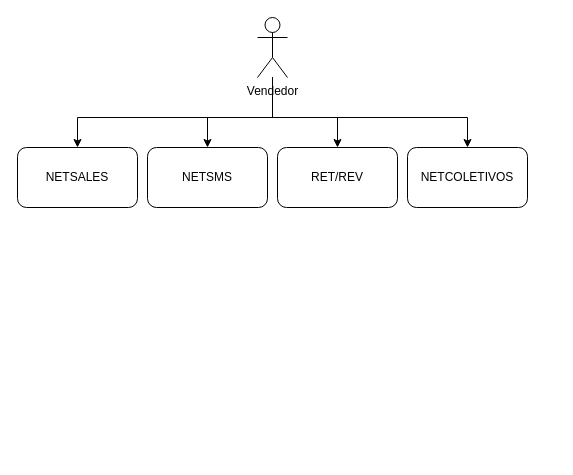
samirali/ClaroBrasil keeps this draw.io diagram as 120276 /123559 - RGC765 (Atendimento) - Geração de Protocolo em Canais de Vendas.drawio. Above is the earlier version. Source tidied: cells renumbered, new cells numbered last; positions are measured from the earlier drawing's top-left corner, leaving out a move shared by most shapes. Both pictures are drawn from the tidied source at 100%, with x=0, y=0 at pixel (17, 17).
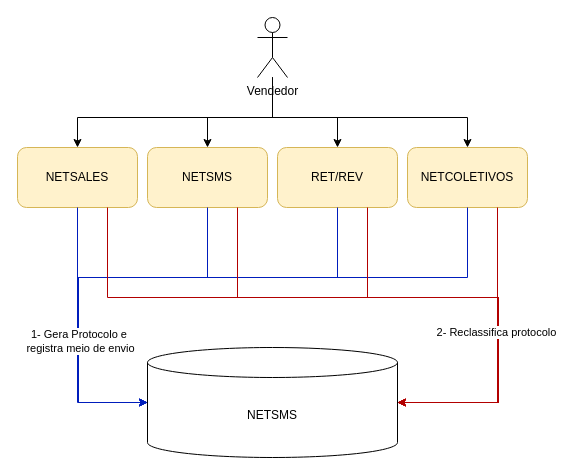
Above is the later version.

What changed in the source:
```diff
@@
-    <mxCell id="2" value="NETSALES" style="rounded=1;whiteSpace=wrap;html=1;" parent="1" vertex="1">
+    <mxCell id="2" value="NETSALES" style="rounded=1;whiteSpace=wrap;html=1;fillColor=#fff2cc;strokeColor=#d6b656;" parent="1" vertex="1">
       <mxGeometry y="130" width="120" height="60" as="geometry" />
     </mxCell>
-    <mxCell id="3" value="NETSMS" style="rounded=1;whiteSpace=wrap;html=1;" parent="1" vertex="1">
+    <mxCell id="3" value="NETSMS" style="rounded=1;whiteSpace=wrap;html=1;fillColor=#fff2cc;strokeColor=#d6b656;" parent="1" vertex="1">
       <mxGeometry x="130" y="130" width="120" height="60" as="geometry" />
     </mxCell>
-    <mxCell id="4" value="RET/REV" style="rounded=1;whiteSpace=wrap;html=1;" parent="1" vertex="1">
+    <mxCell id="4" value="RET/REV" style="rounded=1;whiteSpace=wrap;html=1;fillColor=#fff2cc;strokeColor=#d6b656;" parent="1" vertex="1">
       <mxGeometry x="260" y="130" width="120" height="60" as="geometry" />
     </mxCell>
-    <mxCell id="5" value="NETCOLETIVOS" style="rounded=1;whiteSpace=wrap;html=1;" parent="1" vertex="1">
+    <mxCell id="5" value="NETCOLETIVOS" style="rounded=1;whiteSpace=wrap;html=1;fillColor=#fff2cc;strokeColor=#d6b656;" parent="1" vertex="1">
       <mxGeometry x="390" y="130" width="120" height="60" as="geometry" />
     </mxCell>
@@
+    <mxCell id="11" value="NETSMS" style="shape=cylinder3;whiteSpace=wrap;html=1;boundedLbl=1;backgroundOutline=1;size=15;" parent="1" vertex="1">
+      <mxGeometry x="130" y="330" width="250" height="110" as="geometry" />
+    </mxCell>
+    <mxCell id="12" style="edgeStyle=orthogonalEdgeStyle;rounded=0;jettySize=auto;html=1;entryX=0;entryY=0.5;entryDx=0;entryDy=0;entryPerimeter=0;fillColor=#0050ef;strokeColor=#001DBC;" parent="1" edge="1" source="2" target="11">
+      <mxGeometry relative="1" as="geometry">
+        <Array as="points">
+          <mxPoint x="60" y="385" />
+        </Array>
+      </mxGeometry>
+    </mxCell>
+    <mxCell id="13" style="edgeStyle=orthogonalEdgeStyle;rounded=0;jettySize=auto;html=1;entryX=0;entryY=0.5;entryDx=0;entryDy=0;entryPerimeter=0;fillColor=#0050ef;strokeColor=#001DBC;" parent="1" edge="1" source="3" target="11">
+      <mxGeometry relative="1" as="geometry">
+        <Array as="points">
+          <mxPoint x="190" y="260" />
+          <mxPoint x="61" y="260" />
+          <mxPoint x="61" y="385" />
+        </Array>
+      </mxGeometry>
+    </mxCell>
+    <mxCell id="14" style="edgeStyle=orthogonalEdgeStyle;rounded=0;jettySize=auto;html=1;entryX=0;entryY=0.5;entryDx=0;entryDy=0;entryPerimeter=0;fillColor=#0050ef;strokeColor=#001DBC;" parent="1" edge="1" source="4" target="11">
+      <mxGeometry relative="1" as="geometry">
+        <Array as="points">
+          <mxPoint x="320" y="260" />
+          <mxPoint x="61" y="260" />
+          <mxPoint x="61" y="385" />
+        </Array>
+      </mxGeometry>
+    </mxCell>
+    <mxCell id="15" style="edgeStyle=orthogonalEdgeStyle;rounded=0;jettySize=auto;html=1;entryX=0;entryY=0.5;entryDx=0;entryDy=0;entryPerimeter=0;fillColor=#0050ef;strokeColor=#001DBC;" parent="1" edge="1" source="5" target="11">
+      <mxGeometry relative="1" as="geometry">
+        <Array as="points">
+          <mxPoint x="450" y="260" />
+          <mxPoint x="61" y="260" />
+          <mxPoint x="61" y="385" />
+        </Array>
+      </mxGeometry>
+    </mxCell>
+    <mxCell id="16" value="1- Gera Protocolo e&amp;nbsp;&lt;div&gt;registra meio de envio&lt;/div&gt;" style="edgeLabel;html=1;align=center;verticalAlign=middle;" parent="15" vertex="1">
+      <mxGeometry x="0.6" y="1" relative="1" as="geometry" />
+    </mxCell>
+    <mxCell id="17" style="edgeStyle=orthogonalEdgeStyle;rounded=0;jettySize=auto;html=1;entryX=1;entryY=0.5;entryDx=0;entryDy=0;entryPerimeter=0;exitX=0.75;exitY=1;exitDx=0;exitDy=0;fillColor=#e51400;strokeColor=#B20000;" parent="1" edge="1" source="2" target="11">
+      <mxGeometry relative="1" as="geometry">
+        <Array as="points">
+          <mxPoint x="90" y="280" />
+          <mxPoint x="481" y="280" />
+          <mxPoint x="481" y="385" />
+        </Array>
+      </mxGeometry>
+    </mxCell>
+    <mxCell id="18" style="edgeStyle=orthogonalEdgeStyle;rounded=0;jettySize=auto;html=1;entryX=1;entryY=0.5;entryDx=0;entryDy=0;entryPerimeter=0;exitX=0.75;exitY=1;exitDx=0;exitDy=0;fillColor=#e51400;strokeColor=#B20000;" parent="1" edge="1" source="3" target="11">
+      <mxGeometry relative="1" as="geometry">
+        <Array as="points">
+          <mxPoint x="220" y="280" />
+          <mxPoint x="481" y="280" />
+          <mxPoint x="481" y="385" />
+        </Array>
+      </mxGeometry>
+    </mxCell>
+    <mxCell id="19" style="edgeStyle=orthogonalEdgeStyle;rounded=0;jettySize=auto;html=1;entryX=1;entryY=0.5;entryDx=0;entryDy=0;entryPerimeter=0;exitX=0.75;exitY=1;exitDx=0;exitDy=0;fillColor=#e51400;strokeColor=#B20000;" parent="1" edge="1" source="4" target="11">
+      <mxGeometry relative="1" as="geometry">
+        <Array as="points">
+          <mxPoint x="350" y="280" />
+          <mxPoint x="481" y="280" />
+          <mxPoint x="481" y="385" />
+        </Array>
+      </mxGeometry>
+    </mxCell>
+    <mxCell id="20" style="edgeStyle=orthogonalEdgeStyle;rounded=0;jettySize=auto;html=1;entryX=1;entryY=0.5;entryDx=0;entryDy=0;entryPerimeter=0;exitX=0.75;exitY=1;exitDx=0;exitDy=0;fillColor=#e51400;strokeColor=#B20000;" parent="1" edge="1" source="5" target="11">
+      <mxGeometry relative="1" as="geometry" />
+    </mxCell>
+    <mxCell id="21" value="2- Reclassifica protocolo" style="edgeLabel;html=1;align=center;verticalAlign=middle;" parent="20" vertex="1">
+      <mxGeometry x="-0.16" y="-2" relative="1" as="geometry" />
+    </mxCell>
```
